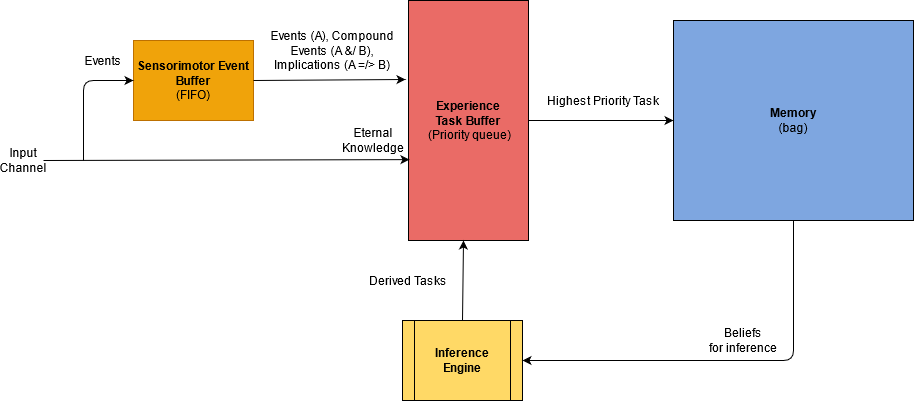
This is Documentation/Diagram.png from ccrock4t/NARS-Python, a draw.io export, as it was before one commit. Source tidied: cells renumbered, new cells last; positions are measured from the earlier drawing's top-left corner, leaving out a move shared by most shapes.
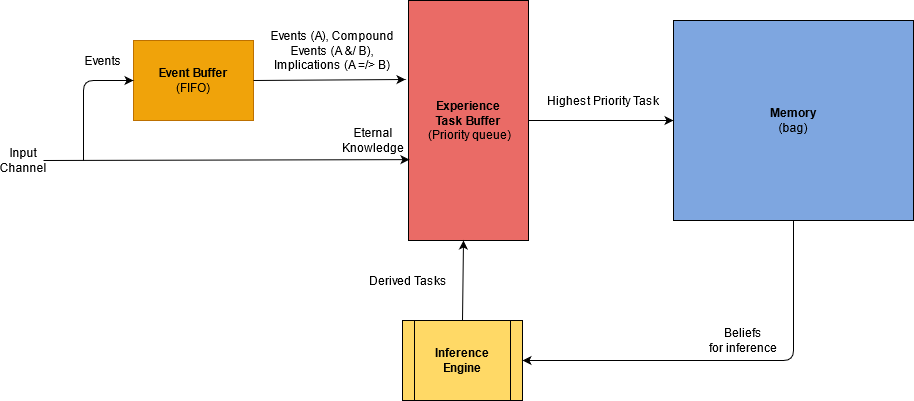
Above is the later version.

Change to the diagram source:
```diff
@@ -17,7 +17,7 @@
     <mxCell id="6" value="&lt;div&gt;Input&lt;/div&gt;&lt;div&gt;Channel&lt;br&gt;&lt;/div&gt;" style="text;html=1;strokeColor=none;fillColor=none;align=center;verticalAlign=middle;whiteSpace=wrap;rounded=0;" parent="1" vertex="1">
       <mxGeometry y="150" width="40" height="20" as="geometry" />
     </mxCell>
-    <mxCell id="7" value="&lt;div&gt;&lt;b&gt;Sensorimotor Event Buffer &lt;br&gt;&lt;/b&gt;&lt;/div&gt;&lt;div&gt;(FIFO)&lt;/div&gt;" style="rounded=0;whiteSpace=wrap;html=1;fillColor=#f0a30a;strokeColor=#BD7000;fontColor=#000000;" parent="1" vertex="1">
+    <mxCell id="7" value="&lt;div&gt;&lt;b&gt;Event Buffer &lt;br&gt;&lt;/b&gt;&lt;/div&gt;&lt;div&gt;(FIFO)&lt;/div&gt;" style="rounded=0;whiteSpace=wrap;html=1;fillColor=#f0a30a;strokeColor=#BD7000;fontColor=#000000;" parent="1" vertex="1">
       <mxGeometry x="130" y="40" width="120" height="80" as="geometry" />
     </mxCell>
     <mxCell id="8" style="endArrow=classic;html=1;entryX=0;entryY=0.5;entryDx=0;entryDy=0;" parent="1" edge="1" target="7">
```
